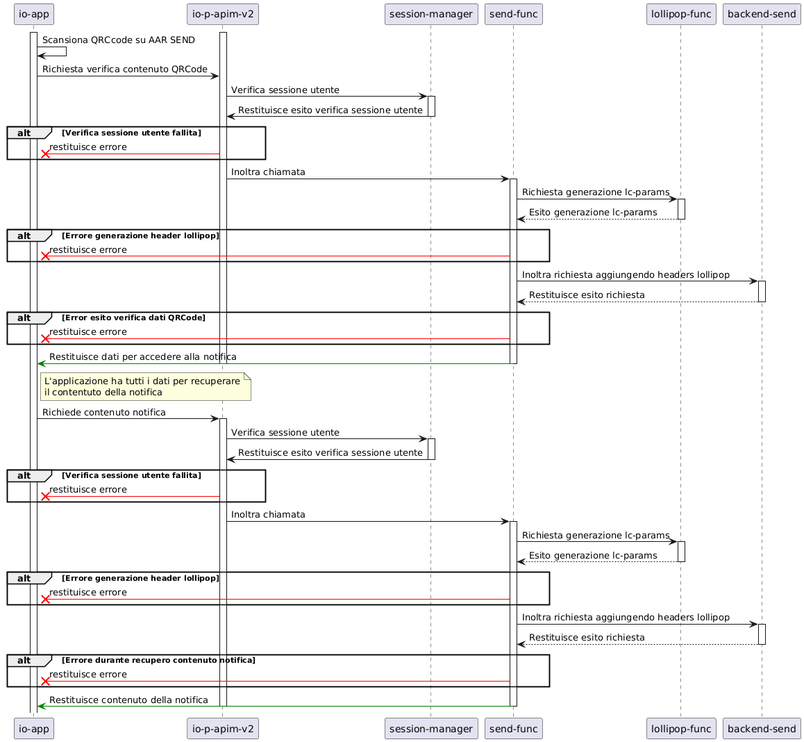
Above: apps/send-func/docs/aar-notification-retrieve.png in pagopa/io-messages (PlantUML), before the change.
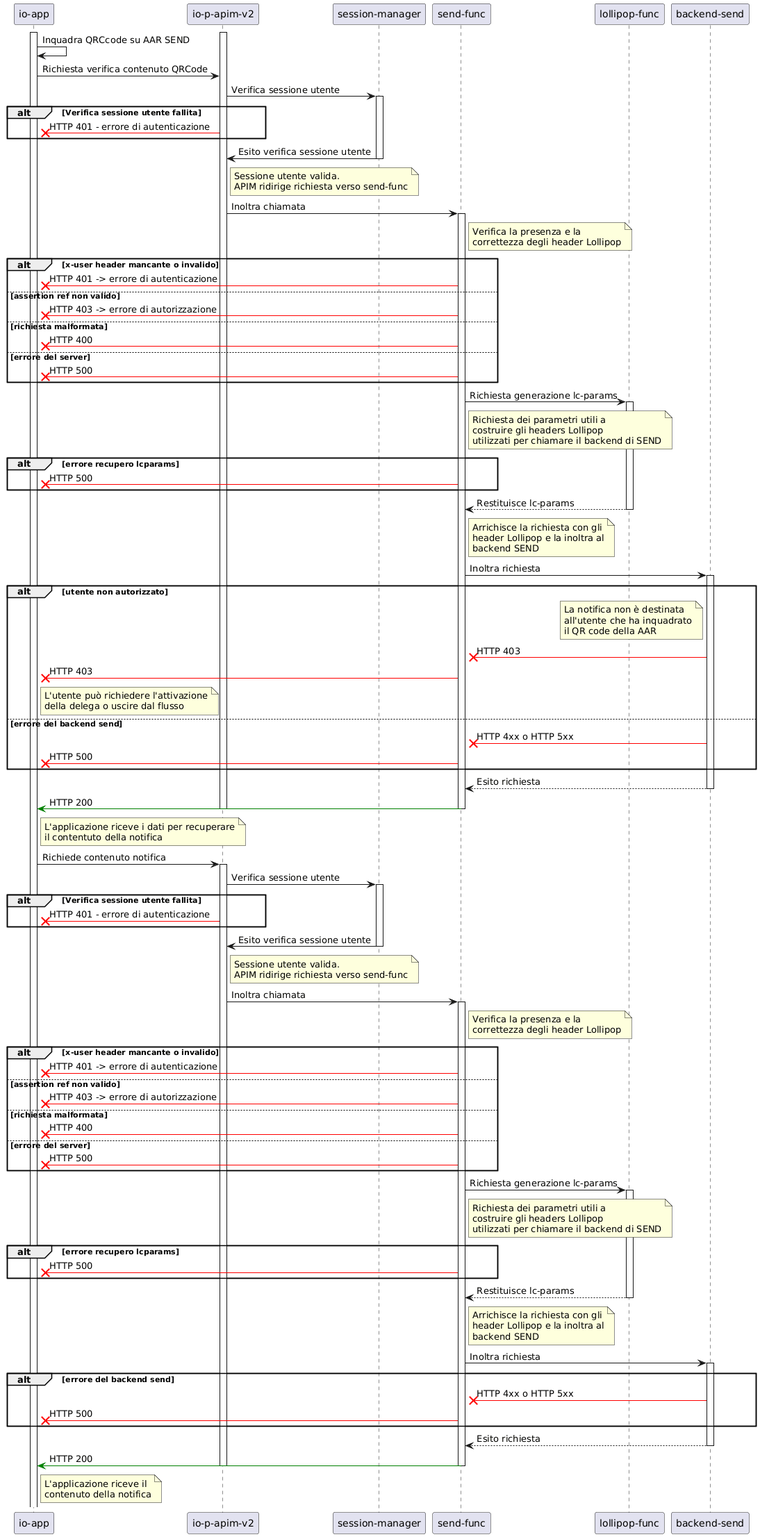
The same file after the commit.

What changed in the source:
```diff
@@ -6,75 +6,176 @@
 participant "lollipop-func" as lollipopFunc
 participant "backend-send" as beSEND
 
+
 activate ioAPP
 activate ioAPIM
 
+ioAPP -> ioAPP: Inquadra QRCcode su AAR SEND
+ioAPP -> ioAPIM: Richiesta verifica contenuto QRCode
 
-ioAPP -> ioAPP: Scansiona QRCcode su AAR SEND
-ioAPP -> ioAPIM: Richiesta verifica contenuto QRCode
 ioAPIM -> sessionManager: Verifica sessione utente
 activate sessionManager
-sessionManager -> ioAPIM: Restituisce esito verifica sessione utente
+alt Verifica sessione utente fallita
+    ioAPIM -[#red]x ioAPP: HTTP 401 - errore di autenticazione
+end
+sessionManager -> ioAPIM: Esito verifica sessione utente
 deactivate sessionManager
-alt Verifica sessione utente fallita
-    ioAPIM -[#red]x ioAPP: restituisce errore
-end
+
+note right of ioAPIM
+  Sessione utente valida.
+  APIM ridirige richiesta verso send-func
+end note
 ioAPIM -> sendFunc: Inoltra chiamata
 
 activate sendFunc
+note right of sendFunc
+  Verifica la presenza e la
+  correttezza degli header Lollipop
+end note
+alt x-user header mancante o invalido
+  sendFunc -[#red]x ioAPP: HTTP 401 -> errore di autenticazione
+else assertion ref non valido
+  sendFunc -[#red]x ioAPP: HTTP 403 -> errore di autorizzazione
+else richiesta malformata
+  sendFunc -[#red]x ioAPP: HTTP 400
+else errore del server
+  sendFunc -[#red]x ioAPP: HTTP 500
+end
+
+
 sendFunc -> lollipopFunc: Richiesta generazione lc-params
+
 activate lollipopFunc
-lollipopFunc --> sendFunc: Esito generazione lc-params
+note right of sendFunc
+  Richiesta dei parametri utili a
+  costruire gli headers Lollipop
+  utilizzati per chiamare il backend di SEND
+end note
+alt errore recupero lcparams
+  sendFunc -[#red]x ioAPP: HTTP 500
+end
+
+
+lollipopFunc --> sendFunc: Restituisce lc-params
 deactivate lollipopFunc
-alt Errore generazione header lollipop
-    sendFunc -[#red]x ioAPP: restituisce errore
+
+
+note right of sendFunc
+  Arrichisce la richiesta con gli
+  header Lollipop e la inoltra al
+  backend SEND
+end note
+sendFunc -> beSEND: Inoltra richiesta
+activate beSEND
+
+alt utente non autorizzato
+  note left of beSEND
+    La notifica non è destinata
+    all'utente che ha inquadrato
+    il QR code della AAR
+  end note
+  beSEND -[#red]x sendFunc: HTTP 403
+  sendFunc -[#red]x ioAPP: HTTP 403
+  note right of ioAPP
+    L'utente può richiedere l'attivazione
+    della delega o uscire dal flusso
+  end note
+else errore del backend send
+  beSEND -[#red]x sendFunc: HTTP 4xx o HTTP 5xx
+  sendFunc -[#red]x ioAPP: HTTP 500
 end
-sendFunc -> beSEND: Inoltra richiesta aggiungendo headers lollipop
 
-activate beSEND
-beSEND --> sendFunc: Restituisce esito richiesta
+beSEND --> sendFunc: Esito richiesta
 deactivate beSEND
-alt Error esito verifica dati QRCode
-    sendFunc -[#red]x ioAPP: restituisce errore
-end
-sendFunc -[#green]> ioAPP: Restituisce dati per accedere alla notifica
+sendFunc -[#green]> ioAPP: HTTP 200
+
 deactivate sendFunc
 deactivate ioAPIM
+deactivate lollipopFunc
 
 note right of ioAPP
-    L'applicazione ha tutti i dati per recuperare
+    L'applicazione riceve i dati per recuperare
     il contentuto della notifica
 end note
+
+
+
+
 
 ioAPP -> ioAPIM: Richiede contenuto notifica
 activate ioAPIM
 ioAPIM -> sessionManager: Verifica sessione utente
 activate sessionManager
-sessionManager -> ioAPIM: Restituisce esito verifica sessione utente
+alt Verifica sessione utente fallita
+    ioAPIM -[#red]x ioAPP: HTTP 401 - errore di autenticazione
+end
+sessionManager -> ioAPIM: Esito verifica sessione utente
 deactivate sessionManager
-alt Verifica sessione utente fallita
-    ioAPIM -[#red]x ioAPP: restituisce errore
-end
+
+note right of ioAPIM
+  Sessione utente valida.
+  APIM ridirige richiesta verso send-func
+end note
 ioAPIM -> sendFunc: Inoltra chiamata
 
 activate sendFunc
+note right of sendFunc
+  Verifica la presenza e la
+  correttezza degli header Lollipop
+end note
+alt x-user header mancante o invalido
+  sendFunc -[#red]x ioAPP: HTTP 401 -> errore di autenticazione
+else assertion ref non valido
+  sendFunc -[#red]x ioAPP: HTTP 403 -> errore di autorizzazione
+else richiesta malformata
+  sendFunc -[#red]x ioAPP: HTTP 400
+else errore del server
+  sendFunc -[#red]x ioAPP: HTTP 500
+end
+
+
 sendFunc -> lollipopFunc: Richiesta generazione lc-params
 activate lollipopFunc
-lollipopFunc --> sendFunc: Esito generazione lc-params
+note right of sendFunc
+  Richiesta dei parametri utili a
+  costruire gli headers Lollipop
+  utilizzati per chiamare il backend di SEND
+end note
+alt errore recupero lcparams
+  sendFunc -[#red]x ioAPP: HTTP 500
+end
+
+lollipopFunc --> sendFunc: Restituisce lc-params
 deactivate lollipopFunc
-alt Errore generazione header lollipop
-    sendFunc -[#red]x ioAPP: restituisce errore
+
+
+note right of sendFunc
+  Arrichisce la richiesta con gli
+  header Lollipop e la inoltra al
+  backend SEND
+end note
+sendFunc -> beSEND: Inoltra richiesta
+activate beSEND
+
+alt errore del backend send
+  beSEND -[#red]x sendFunc: HTTP 4xx o HTTP 5xx
+  sendFunc -[#red]x ioAPP: HTTP 500
 end
-sendFunc -> beSEND: Inoltra richiesta aggiungendo headers lollipop
 
-activate beSEND
-beSEND --> sendFunc: Restituisce esito richiesta
+beSEND --> sendFunc: Esito richiesta
 deactivate beSEND
+sendFunc -[#green]> ioAPP: HTTP 200
 
-alt Errore durante recupero contenuto notifica
-    sendFunc -[#red]x ioAPP: restituisce errore
-end
-sendFunc -[#green]> ioAPP: Restituisce contenuto della notifica
+deactivate sendFunc
+deactivate ioAPIM
+deactivate lollipopFunc
+
+
+note right of ioAPP
+L'applicazione riceve il
+contenuto della notifica
+end note
+
 deactivate sendFunc
 deactivate ioAPIM
 @enduml
```
